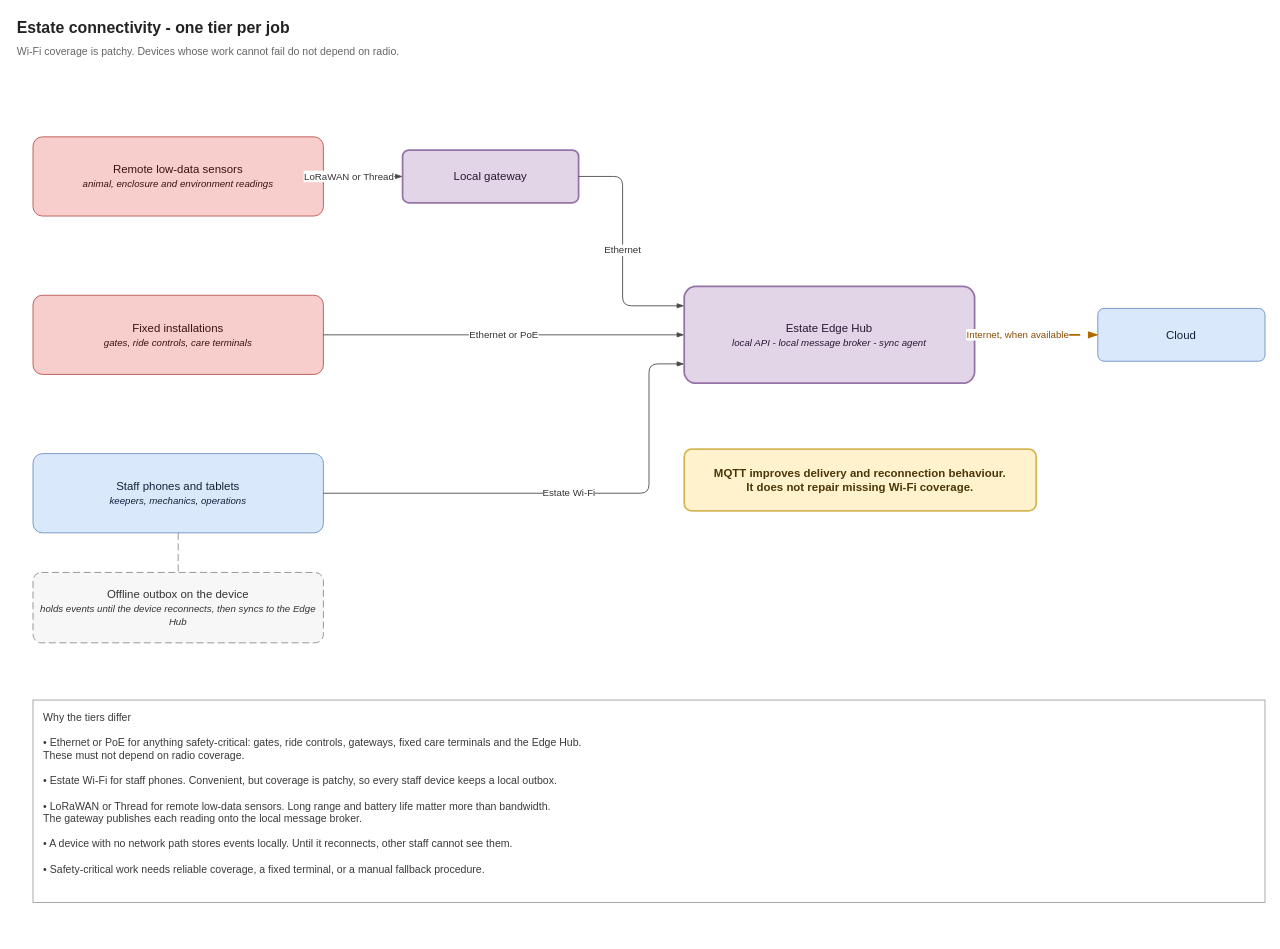
Before: diagrams/connectivity-tiers.drawio in malloc37/ByteDojoArchiKata2026, a draw.io diagram. Source tidied: cells renumbered, new cells numbered last; positions are measured from the earlier drawing's top-left corner, leaving out a move shared by most shapes. Both pictures are drawn from the tidied source at 88%, with x=0, y=0 at pixel (15, 15).
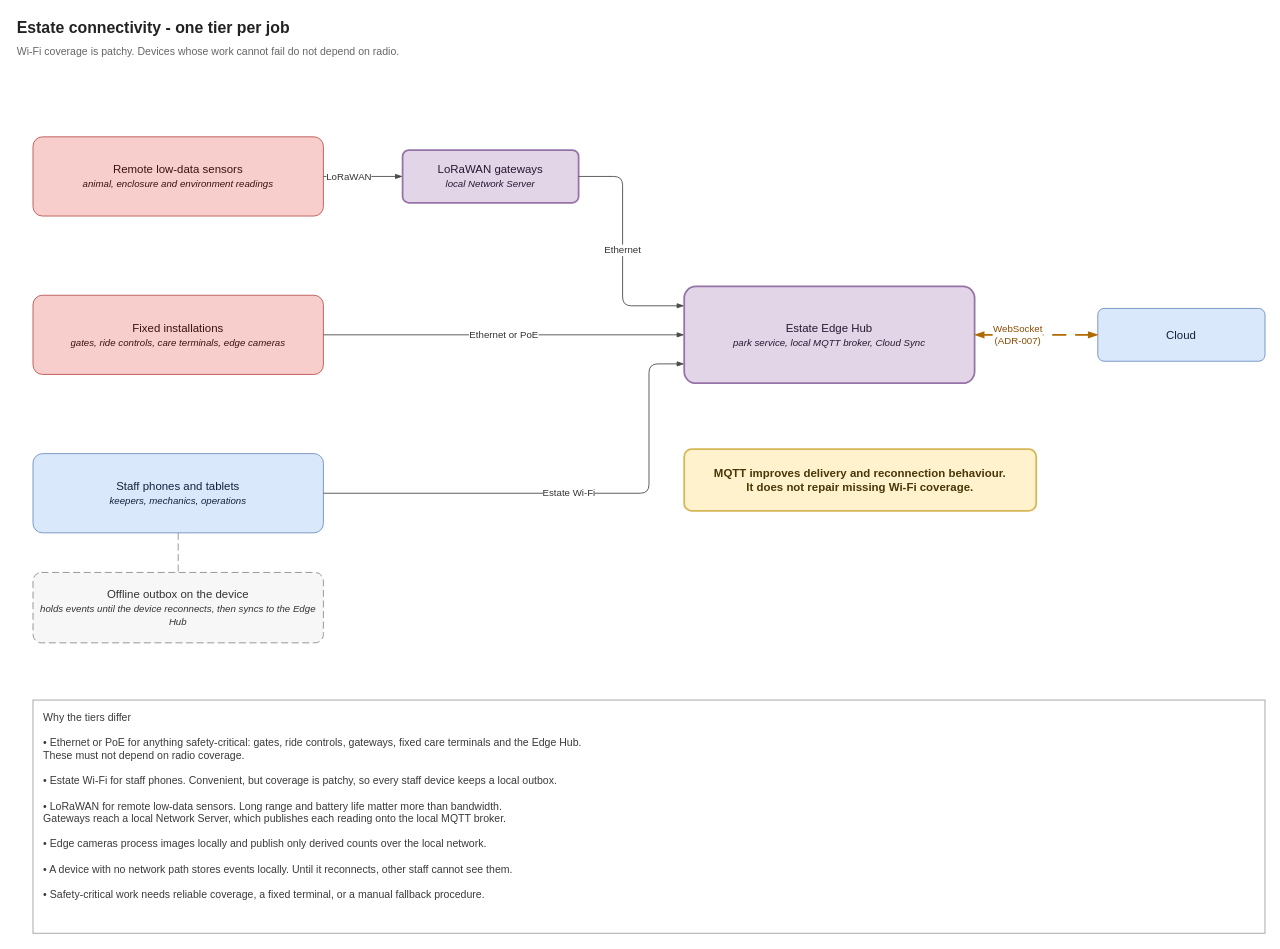
The same page after the edit.

Unchanged cells that the change refers to:
```xml
<mxCell id="4" value="Remote low-data sensors&#10;&lt;i style='font-size:11px'&gt;animal, enclosure and environment readings&lt;/i&gt;" style="rounded=1;whiteSpace=wrap;html=1;arcSize=12;fontSize=13;verticalAlign=middle;fillColor=#F8CECC;strokeColor=#B85450;fontColor=#3A1210;" parent="1" vertex="1">
  <mxGeometry x="20" y="138" width="330" height="90" as="geometry" />
</mxCell>
<mxCell id="10" value="Cloud" style="rounded=1;whiteSpace=wrap;html=1;arcSize=12;fontSize=13;verticalAlign=middle;fillColor=#DAE8FC;strokeColor=#6C8EBF;fontColor=#12223A;" parent="1" vertex="1">
  <mxGeometry x="1230" y="333" width="190" height="60" as="geometry" />
</mxCell>
```

Change to the diagram source:
```diff
@@
-    <mxCell id="5" value="Fixed installations&#10;&lt;i style='font-size:11px'&gt;gates, ride controls, care terminals&lt;/i&gt;" style="rounded=1;whiteSpace=wrap;html=1;arcSize=12;fontSize=13;verticalAlign=middle;fillColor=#F8CECC;strokeColor=#B85450;fontColor=#3A1210;" parent="1" vertex="1">
+    <mxCell id="5" value="Fixed installations&#10;&lt;i style='font-size:11px'&gt;gates, ride controls, care terminals, edge cameras&lt;/i&gt;" style="rounded=1;whiteSpace=wrap;html=1;arcSize=12;fontSize=13;verticalAlign=middle;fillColor=#F8CECC;strokeColor=#B85450;fontColor=#3A1210;" parent="1" vertex="1">
       <mxGeometry x="20" y="318" width="330" height="90" as="geometry" />
     </mxCell>
@@
-    <mxCell id="8" value="Local gateway" style="rounded=1;whiteSpace=wrap;html=1;arcSize=12;fontSize=13;verticalAlign=middle;fillColor=#E1D5E7;strokeColor=#9673A6;strokeWidth=2;fontColor=#2A1733;" parent="1" vertex="1">
+    <mxCell id="8" value="LoRaWAN gateways&#10;&lt;i style='font-size:11px'&gt;local Network Server&lt;/i&gt;" style="rounded=1;whiteSpace=wrap;html=1;arcSize=12;fontSize=13;verticalAlign=middle;fillColor=#E1D5E7;strokeColor=#9673A6;strokeWidth=2;fontColor=#2A1733;" parent="1" vertex="1">
       <mxGeometry x="440" y="153" width="200" height="60" as="geometry" />
     </mxCell>
-    <mxCell id="9" value="Estate Edge Hub&#10;&lt;i style='font-size:11px'&gt;local API  -  local message broker  -  sync agent&lt;/i&gt;" style="rounded=1;whiteSpace=wrap;html=1;arcSize=12;fontSize=13;verticalAlign=middle;fillColor=#E1D5E7;strokeColor=#9673A6;strokeWidth=2;fontColor=#2A1733;" parent="1" vertex="1">
+    <mxCell id="9" value="Estate Edge Hub&#10;&lt;i style='font-size:11px'&gt;park service, local MQTT broker, Cloud Sync&lt;/i&gt;" style="rounded=1;whiteSpace=wrap;html=1;arcSize=12;fontSize=13;verticalAlign=middle;fillColor=#E1D5E7;strokeColor=#9673A6;strokeWidth=2;fontColor=#2A1733;" parent="1" vertex="1">
       <mxGeometry x="760" y="308" width="330" height="110" as="geometry" />
     </mxCell>
@@
-    <mxCell id="11" value="LoRaWAN or Thread" style="edgeStyle=orthogonalEdgeStyle;rounded=1;html=1;fontSize=11;endArrow=blockThin;endFill=1;strokeColor=#4A4A4A;labelBackgroundColor=#FFFFFF;fontColor=#333333;exitX=1;exitY=0.5;entryX=0;entryY=0.5;" parent="1" edge="1" source="4" target="8">
+    <mxCell id="11" value="LoRaWAN" style="edgeStyle=orthogonalEdgeStyle;rounded=1;html=1;fontSize=11;endArrow=blockThin;endFill=1;strokeColor=#4A4A4A;labelBackgroundColor=#FFFFFF;fontColor=#333333;exitX=1;exitY=0.5;entryX=0;entryY=0.5;" parent="1" edge="1" source="4" target="8">
       <mxGeometry x="-0.35" relative="1" as="geometry" />
     </mxCell>
@@
-    <mxCell id="16" value="Internet, when available" style="edgeStyle=orthogonalEdgeStyle;rounded=1;html=1;fontSize=11;endArrow=blockThin;endFill=1;strokeColor=#B06A00;strokeWidth=2;dashed=1;dashPattern=8 5;labelBackgroundColor=#FFFFFF;fontColor=#8A4B00;exitX=1;exitY=0.5;entryX=0;entryY=0.5;" parent="1" edge="1" source="9" target="10">
+    <mxCell id="16" value="WebSocket&#10;(ADR-007)" style="edgeStyle=orthogonalEdgeStyle;rounded=1;html=1;fontSize=11;endArrow=blockThin;endFill=1;strokeColor=#B06A00;strokeWidth=2;dashed=1;dashPattern=8 5;labelBackgroundColor=#FFFFFF;fontColor=#8A4B00;exitX=1;exitY=0.5;entryX=0;entryY=0.5;startArrow=blockThin;startFill=1;" parent="1" edge="1" source="9" target="10">
       <mxGeometry x="-0.3" relative="1" as="geometry" />
     </mxCell>
@@
-    <mxCell id="18" value="Why the tiers differ&#10;&#10;•  Ethernet or PoE for anything safety-critical: gates, ride controls, gateways, fixed care terminals and the Edge Hub.&#10;    These must not depend on radio coverage.&#10;&#10;•  Estate Wi-Fi for staff phones. Convenient, but coverage is patchy, so every staff device keeps a local outbox.&#10;&#10;•  LoRaWAN or Thread for remote low-data sensors. Long range and battery life matter more than bandwidth.&#10;    The gateway publishes each reading onto the local message broker.&#10;&#10;•  A device with no network path stores events locally. Until it reconnects, other staff cannot see them.&#10;&#10;•  Safety-critical work needs reliable coverage, a fixed terminal, or a manual fallback procedure." style="rounded=0;whiteSpace=wrap;html=1;fillColor=#FFFFFF;strokeColor=#9E9E9E;fontColor=#3A3A3A;align=left;verticalAlign=top;fontSize=12;spacingLeft=10;spacingTop=6;" parent="1" vertex="1">
-      <mxGeometry x="20" y="778" width="1400" height="230" as="geometry" />
+    <mxCell id="18" value="Why the tiers differ&#10;&#10;•  Ethernet or PoE for anything safety-critical: gates, ride controls, gateways, fixed care terminals and the Edge Hub.&#10;    These must not depend on radio coverage.&#10;&#10;•  Estate Wi-Fi for staff phones. Convenient, but coverage is patchy, so every staff device keeps a local outbox.&#10;&#10;•  LoRaWAN for remote low-data sensors. Long range and battery life matter more than bandwidth.&#10;    Gateways reach a local Network Server, which publishes each reading onto the local MQTT broker.&#10;&#10;•  Edge cameras process images locally and publish only derived counts over the local network.&#10;&#10;•  A device with no network path stores events locally. Until it reconnects, other staff cannot see them.&#10;&#10;•  Safety-critical work needs reliable coverage, a fixed terminal, or a manual fallback procedure." style="rounded=0;whiteSpace=wrap;html=1;fillColor=#FFFFFF;strokeColor=#9E9E9E;fontColor=#3A3A3A;align=left;verticalAlign=top;fontSize=12;spacingLeft=10;spacingTop=6;" parent="1" vertex="1">
+      <mxGeometry x="20" y="778" width="1400" height="265" as="geometry" />
     </mxCell>
```
